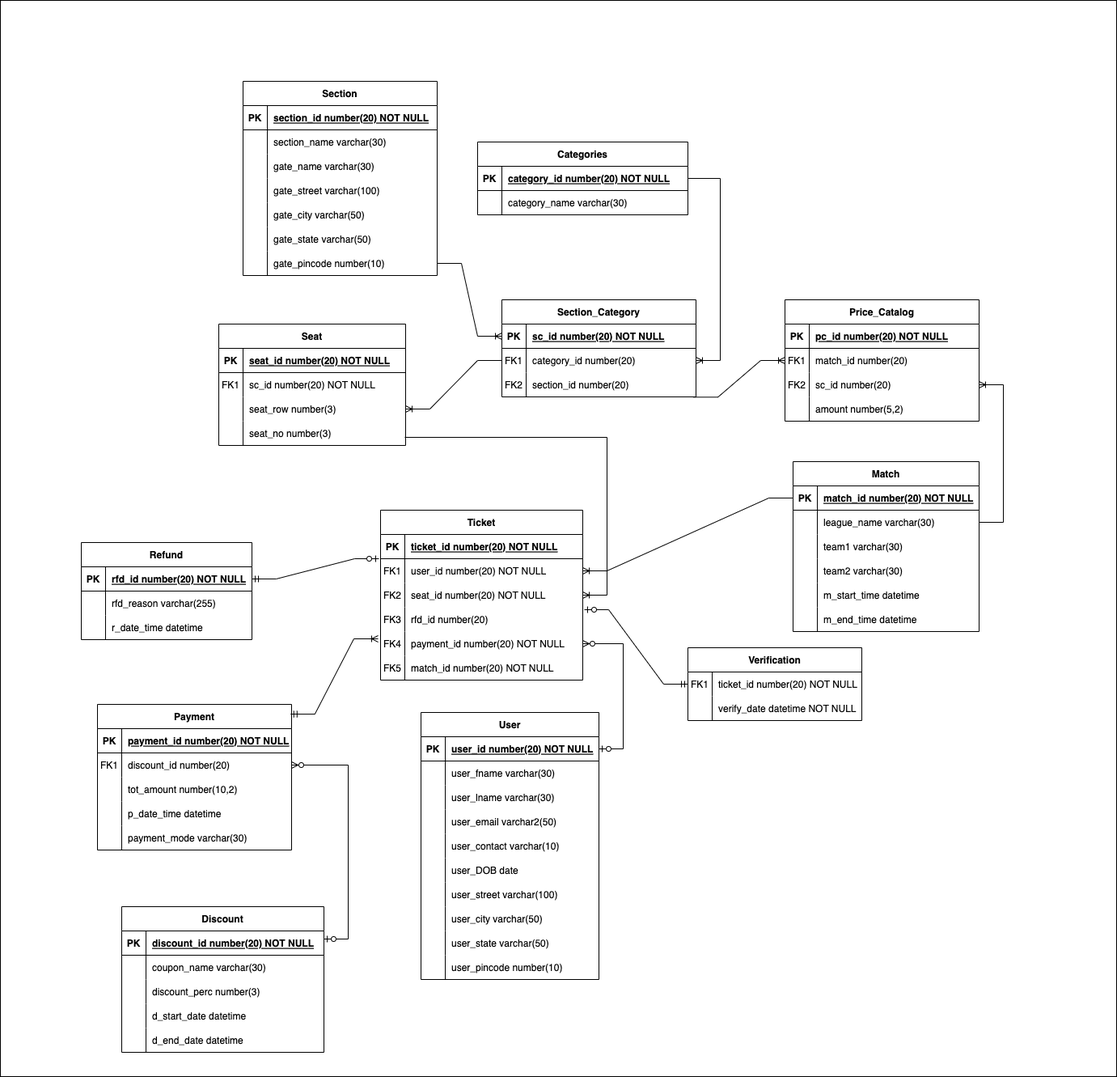
Earlier version of the draw.io export #Documents/ERD-V2.png (anishnavale/stadium-management-system). Source tidied: cells renumbered, new cells last; positions are measured from the earlier drawing's top-left corner, leaving out a move shared by most shapes.
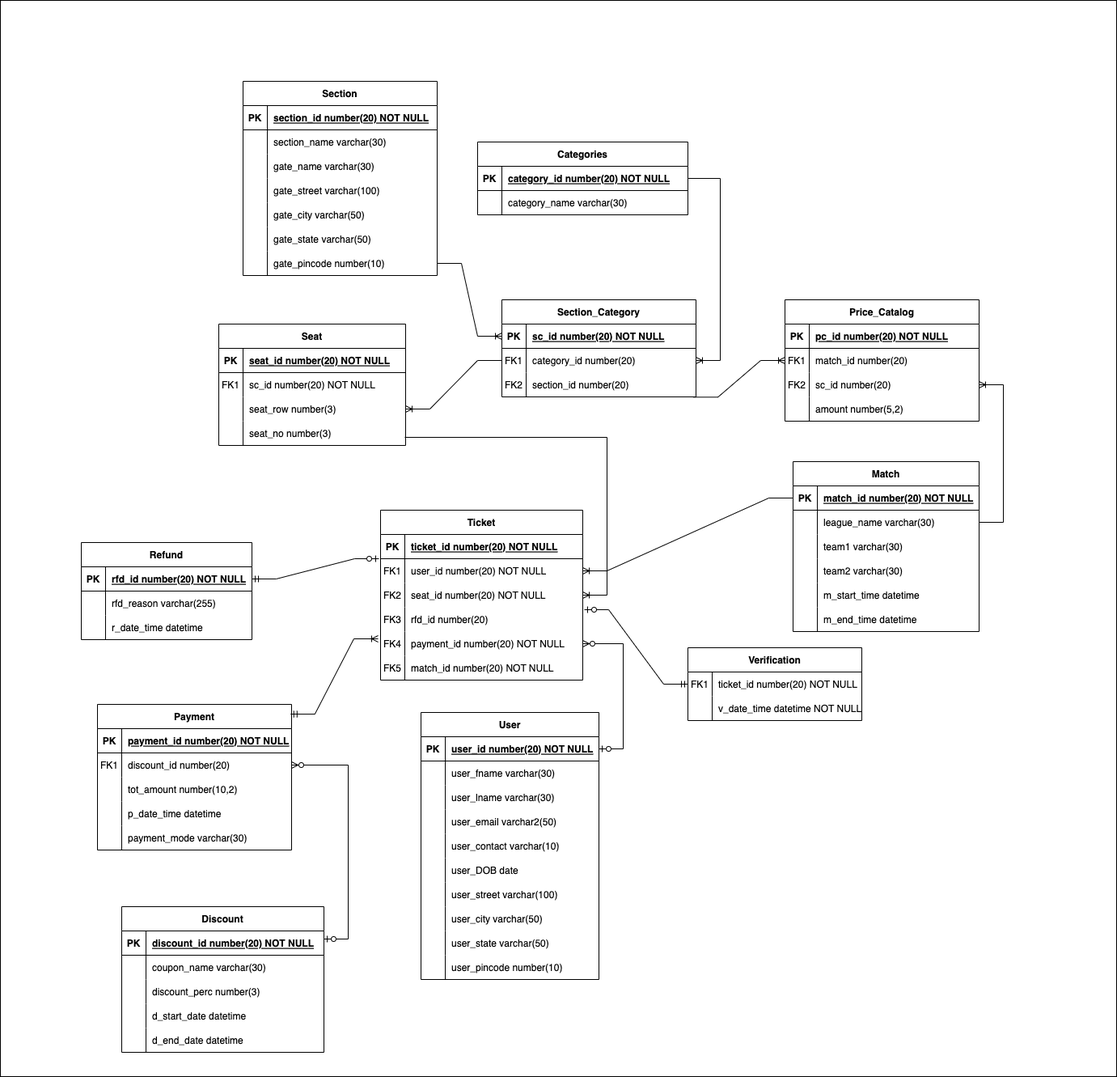
After the commit.

The edit, as a diff of the source:
```diff
@@ -80,7 +80,7 @@
     <mxCell id="27" style="shape=partialRectangle;overflow=hidden;fillColor=none;top=0;left=0;bottom=0;right=0;" parent="26" vertex="1">
       <mxGeometry width="30" height="30" as="geometry" />
     </mxCell>
-    <mxCell id="28" value="verify_date datetime NOT NULL" style="shape=partialRectangle;overflow=hidden;fillColor=none;top=0;left=0;bottom=0;right=0;align=left;spacingLeft=6;" parent="26" vertex="1">
+    <mxCell id="28" value="v_date_time datetime NOT NULL" style="shape=partialRectangle;overflow=hidden;fillColor=none;top=0;left=0;bottom=0;right=0;align=left;spacingLeft=6;" parent="26" vertex="1">
       <mxGeometry x="30" width="185" height="30" as="geometry" />
     </mxCell>
     <mxCell id="29" value="Refund" style="shape=table;startSize=30;rowLines=0;fontStyle=1;align=center;" parent="1" vertex="1">
```
